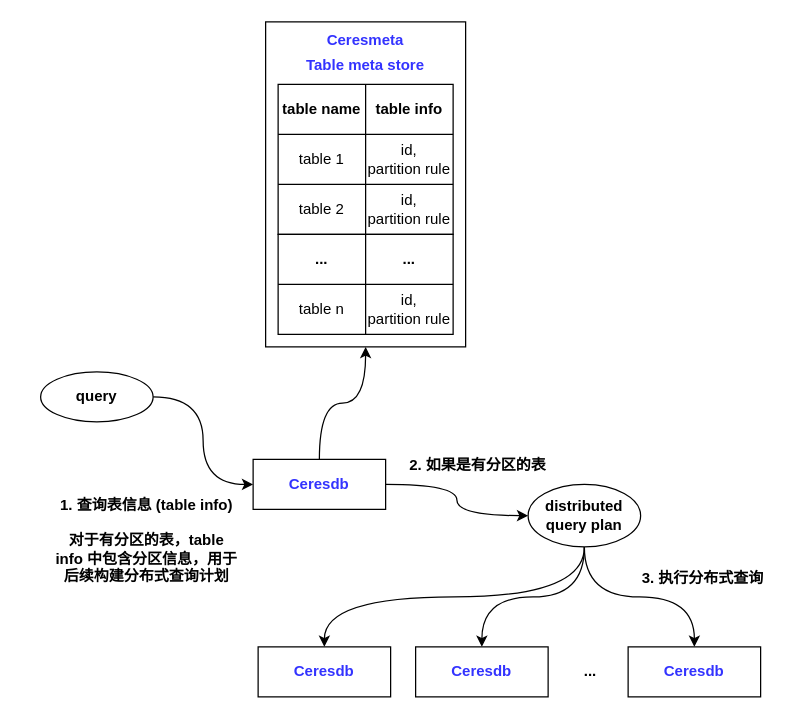
This is table-partition.drawio from Rachelint/drawio-store, a draw.io file, before an edit. Source tidied: cells renumbered, new cells numbered last; positions are measured from the earlier drawing's top-left corner, leaving out a move shared by most shapes. Both pictures are drawn from the tidied source at 125%, with x=0, y=0 at pixel (40, 21).
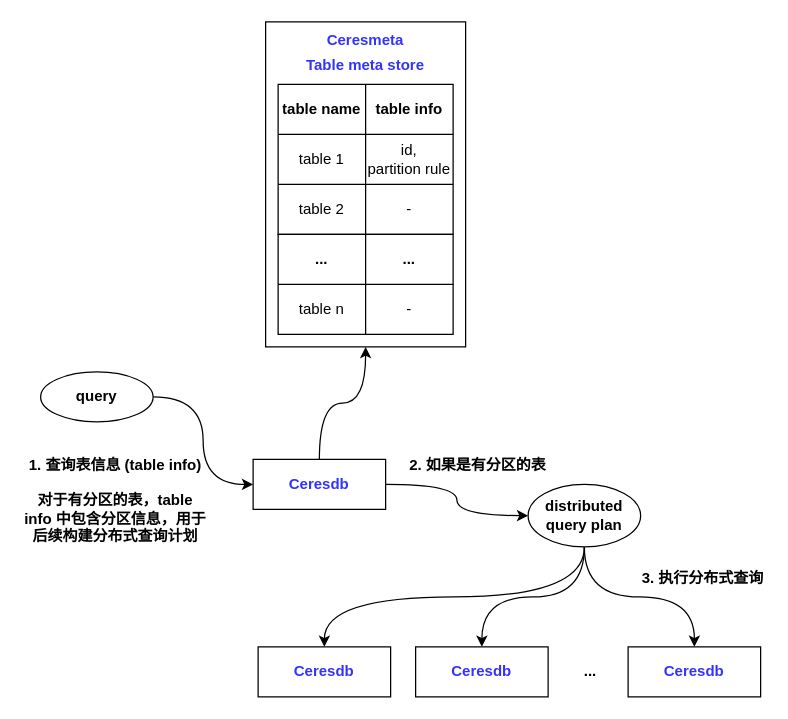
The same diagram, later.

The change refers to these unchanged cells:
```xml
<mxCell id="10" style="shape=tableRow;horizontal=0;startSize=0;swimlaneHead=0;swimlaneBody=0;strokeColor=inherit;top=0;left=0;bottom=0;right=0;fillColor=none;" parent="3" vertex="1">
  <mxGeometry y="80" width="140" height="40" as="geometry" />
</mxCell>
<mxCell id="17" style="shape=tableRow;horizontal=0;startSize=0;swimlaneHead=0;swimlaneBody=0;strokeColor=inherit;top=0;left=0;bottom=0;right=0;fillColor=none;" parent="13" vertex="1">
  <mxGeometry y="40" width="140" height="40" as="geometry" />
</mxCell>
```

What changed in the source:
```diff
@@
-    <mxCell id="12" value="&lt;div&gt;id, &lt;br&gt;&lt;/div&gt;&lt;div&gt;partition rule&lt;br&gt;&lt;/div&gt;" style="shape=partialRectangle;html=1;whiteSpace=wrap;strokeColor=inherit;overflow=hidden;fillColor=none;top=0;left=0;bottom=0;right=0;" parent="10" vertex="1">
+    <mxCell id="12" value="-" style="shape=partialRectangle;html=1;whiteSpace=wrap;strokeColor=inherit;overflow=hidden;fillColor=none;top=0;left=0;bottom=0;right=0;" parent="10" vertex="1">
       <mxGeometry x="70" width="70" height="40" as="geometry" />
     </mxCell>
@@
-    <mxCell id="19" value="&lt;div&gt;id, &lt;br&gt;&lt;/div&gt;&lt;div&gt;partition rule&lt;br&gt;&lt;/div&gt;" style="shape=partialRectangle;html=1;whiteSpace=wrap;strokeColor=inherit;overflow=hidden;fillColor=none;top=0;left=0;bottom=0;right=0;" parent="17" vertex="1">
+    <mxCell id="19" value="-" style="shape=partialRectangle;html=1;whiteSpace=wrap;strokeColor=inherit;overflow=hidden;fillColor=none;top=0;left=0;bottom=0;right=0;" parent="17" vertex="1">
       <mxGeometry x="70" width="70" height="40" as="geometry" />
     </mxCell>
@@
     <mxCell id="27" value="&lt;div&gt;&lt;b&gt;1. 查询表信息 (table info)&lt;br&gt;&lt;/b&gt;&lt;/div&gt;&lt;div&gt;&lt;b&gt;&lt;br&gt;&lt;/b&gt;&lt;/div&gt;&lt;div&gt;&lt;b&gt;对于有分区的表，table info 中包含分区信息，用于后续构建分布式查询计划 &lt;br&gt;&lt;/b&gt;&lt;/div&gt;" style="text;html=1;strokeColor=none;fillColor=none;align=center;verticalAlign=middle;whiteSpace=wrap;rounded=0;" parent="1" vertex="1">
-      <mxGeometry x="10" y="400" width="150" height="30" as="geometry" />
+      <mxGeometry x="-15" y="368" width="150" height="30" as="geometry" />
     </mxCell>
```
